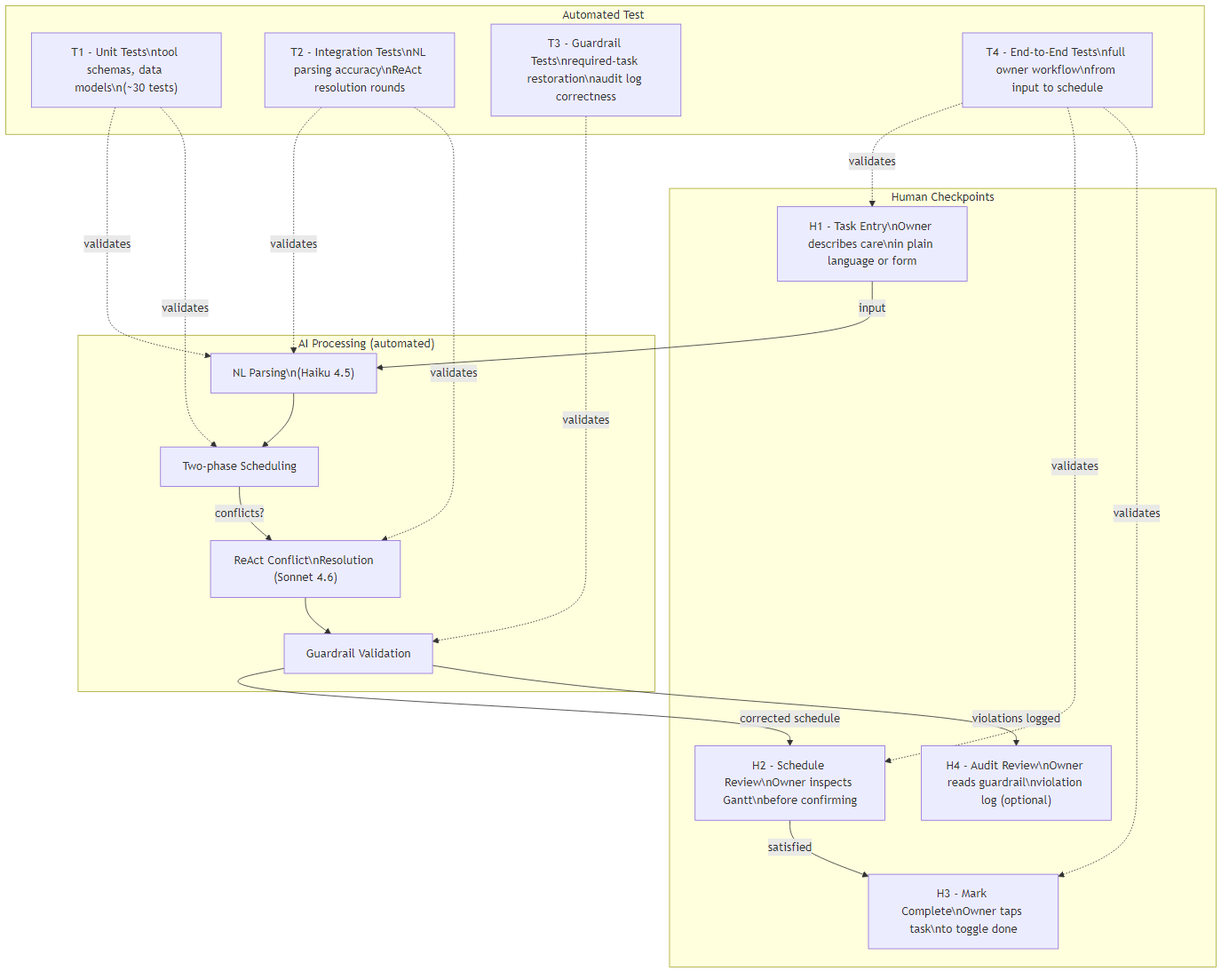
Earlier version of the Mermaid export assets/diagram3_hitl.png (citselva/agentic-pawpal-optimizer). Its source is kept beside it as assets/diagram3_hitl.mmd. Its diagram source:
```mermaid
flowchart TB
    subgraph HUMAN["Human Checkpoints"]
        direction LR
        H1["H1 - Task Entry\nOwner describes care\nin plain language or form"]
        H2["H2 - Schedule Review\nOwner inspects Gantt\nbefore confirming"]
        H3["H3 - Mark Complete\nOwner taps task\nto toggle done"]
        H4["H4 - Audit Review\nOwner reads guardrail\nviolation log (optional)"]
    end

    subgraph AI["AI Processing (automated)"]
        A1["NL Parsing\n(Haiku 4.5)"]
        A2["Two-phase Scheduling"]
        A3["ReAct Conflict\nResolution (Sonnet 4.6)"]
        A4["Guardrail Validation"]
    end

    subgraph TEST["Automated Test Checkpoints"]
        direction LR
        T1["T1 - Unit Tests\ntool schemas, data models\n(~30 tests)"]
        T2["T2 - Integration Tests\nNL parsing accuracy\nReAct resolution rounds"]
        T3["T3 - Guardrail Tests\nrequired-task restoration\naudit log correctness"]
        T4["T4 - End-to-End Tests\nfull owner workflow\nfrom input to schedule"]
    end

    H1 -->|input| A1
    A1 --> A2
    A2 -->|conflicts?| A3
    A3 --> A4
    A4 -->|corrected schedule| H2
    H2 -->|satisfied| H3
    A4 -->|violations logged| H4

    T1 -.->|validates| A1
    T1 -.->|validates| A2
    T2 -.->|validates| A1
    T2 -.->|validates| A3
    T3 -.->|validates| A4
    T4 -.->|validates| H1 & H2 & H3
```
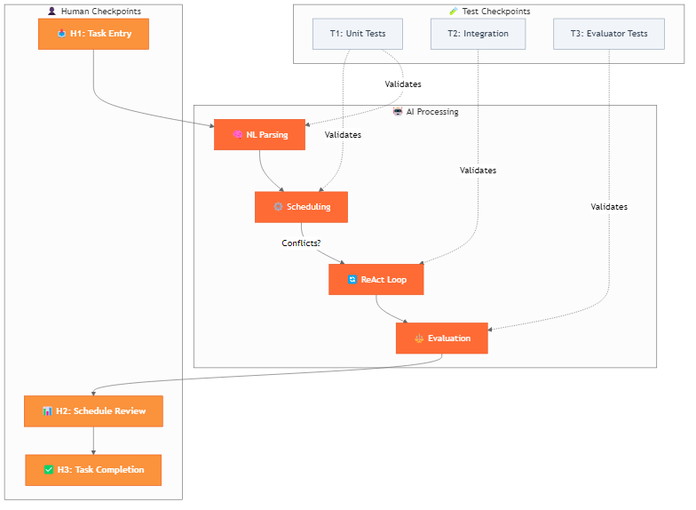
After the commit.

Commit message:
TSK: update docs: add system architecture, data flow, and human-in-the-loop Mermaid diagrams to project documentation

Change to the diagram source:
```diff
@@ -1,38 +1,38 @@
 flowchart TB
-    subgraph HUMAN["Human Checkpoints"]
+    classDef human     fill:#FB923C,stroke:#EA580C,color:#FFFFFF,font-weight:bold
+    classDef ai        fill:#FF6B35,stroke:#E8531E,color:#FFFFFF
+    classDef test      fill:#F1F5F9,stroke:#94A3B8,color:#334155
+
+    subgraph HUMAN["👤 Human Checkpoints"]
         direction LR
-        H1["H1 - Task Entry\nOwner describes care\nin plain language or form"]
-        H2["H2 - Schedule Review\nOwner inspects Gantt\nbefore confirming"]
-        H3["H3 - Mark Complete\nOwner taps task\nto toggle done"]
-        H4["H4 - Audit Review\nOwner reads guardrail\nviolation log (optional)"]
+        H1["📥 H1: Task Entry"]
+        H2["📊 H2: Schedule Review"]
+        H3["✅ H3: Task Completion"]
     end
 
-    subgraph AI["AI Processing (automated)"]
-        A1["NL Parsing\n(Haiku 4.5)"]
-        A2["Two-phase Scheduling"]
-        A3["ReAct Conflict\nResolution (Sonnet 4.6)"]
-        A4["Guardrail Validation"]
+    subgraph AI["🤖 AI Processing"]
+        A1["🧠 NL Parsing"]
+        A2["⚙️ Scheduling"]
+        A3["🔄 ReAct Loop"]
+        A4["⚖️ Evaluation"]
     end
 
-    subgraph TEST["Automated Test Checkpoints"]
+    subgraph TEST["🧪 Test Checkpoints"]
         direction LR
-        T1["T1 - Unit Tests\ntool schemas, data models\n(~30 tests)"]
-        T2["T2 - Integration Tests\nNL parsing accuracy\nReAct resolution rounds"]
-        T3["T3 - Guardrail Tests\nrequired-task restoration\naudit log correctness"]
-        T4["T4 - End-to-End Tests\nfull owner workflow\nfrom input to schedule"]
+        T1["T1: Unit Tests"]
+        T2["T2: Integration"]
+        T3["T3: Evaluator Tests"]
     end
 
-    H1 -->|input| A1
-    A1 --> A2
-    A2 -->|conflicts?| A3
-    A3 --> A4
-    A4 -->|corrected schedule| H2
-    H2 -->|satisfied| H3
-    A4 -->|violations logged| H4
+    class H1,H2,H3 human
+    class A1,A2,A3,A4 ai
+    class T1,T2,T3 test
 
-    T1 -.->|validates| A1
-    T1 -.->|validates| A2
-    T2 -.->|validates| A1
-    T2 -.->|validates| A3
-    T3 -.->|validates| A4
-    T4 -.->|validates| H1 & H2 & H3
+    H1 --> A1 --> A2
+    A2 -->|Conflicts?| A3
+    A3 --> A4 --> H2
+    H2 --> H3
+
+    T1 -.->|Validates| A1 & A2
+    T2 -.->|Validates| A3
+    T3 -.->|Validates| A4
```
